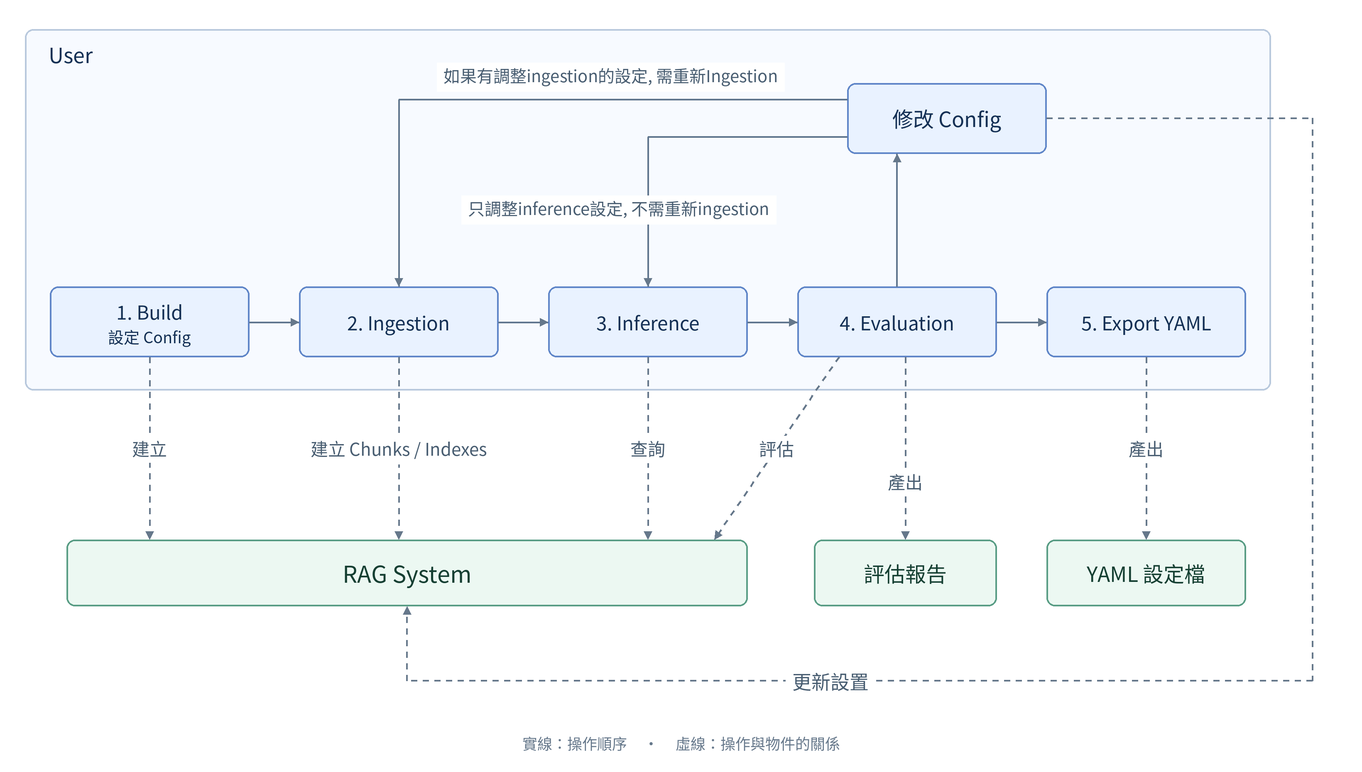
The Mermaid diagram diagrams/01_user_system_l1.png in SunnyWenwen/rag_platform, before a commit. Its source is kept beside it as diagrams/01_user_system_l1.mmd.
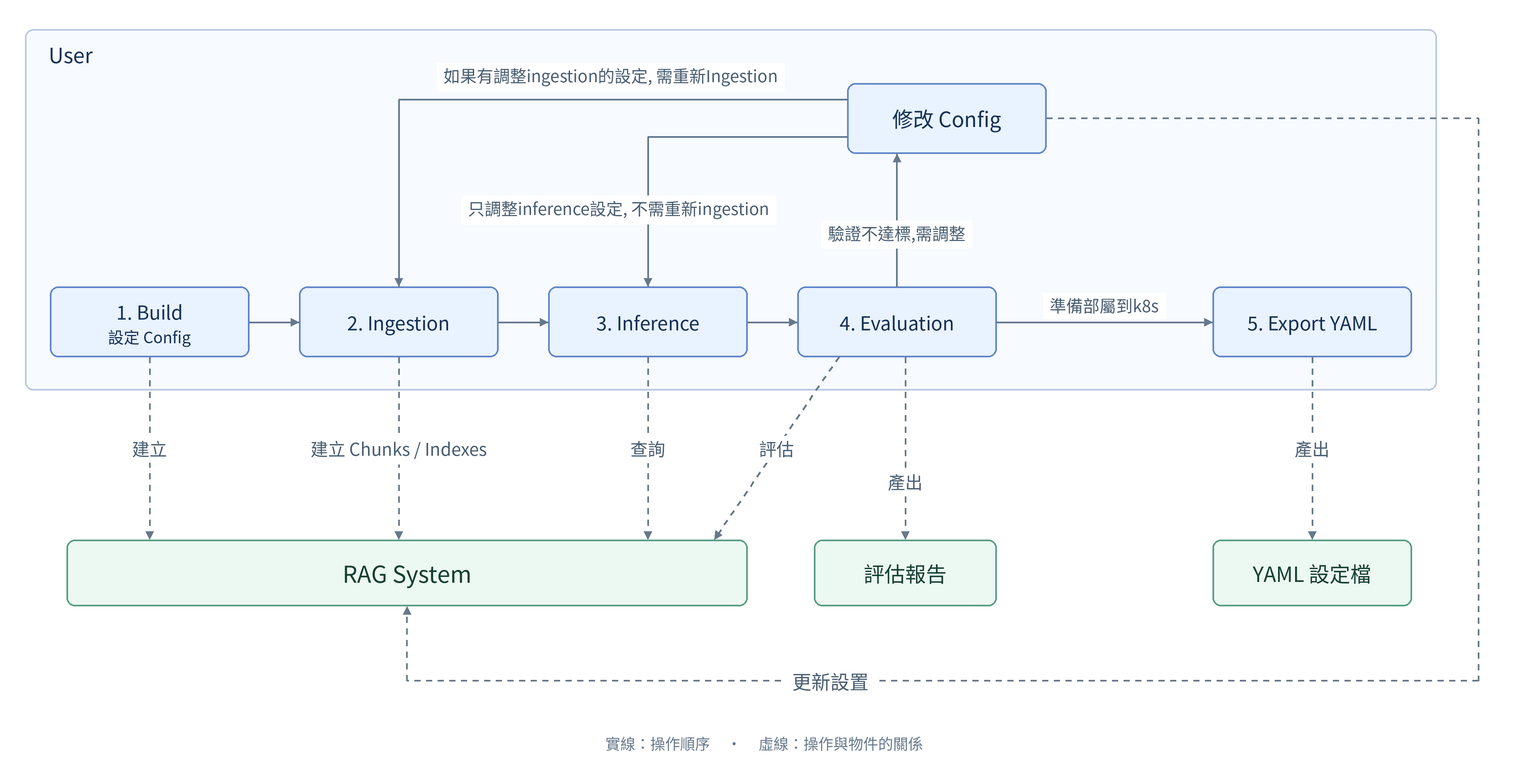
Above is the later version.

Commit message:
docs: label evaluation export and config adjustment paths

Change to the diagram source:
```diff
@@ -4,8 +4,8 @@
         B["1. Build（設定 Config）"] --> I["2. Ingestion"]
         I --> Q["3. Inference"]
         Q --> E["4. Evaluation"]
-        E --> X["5. Export YAML"]
-        E --> C["修改 Config"]
+        E -->|準備部屬到k8s| X["5. Export YAML"]
+        E -->|驗證不達標,需調整| C["修改 Config"]
         C -->|如果有調整ingestion的設定, 需重新Ingestion| I
         C -->|只調整inference設定, 不需重新ingestion| Q
     end
```
